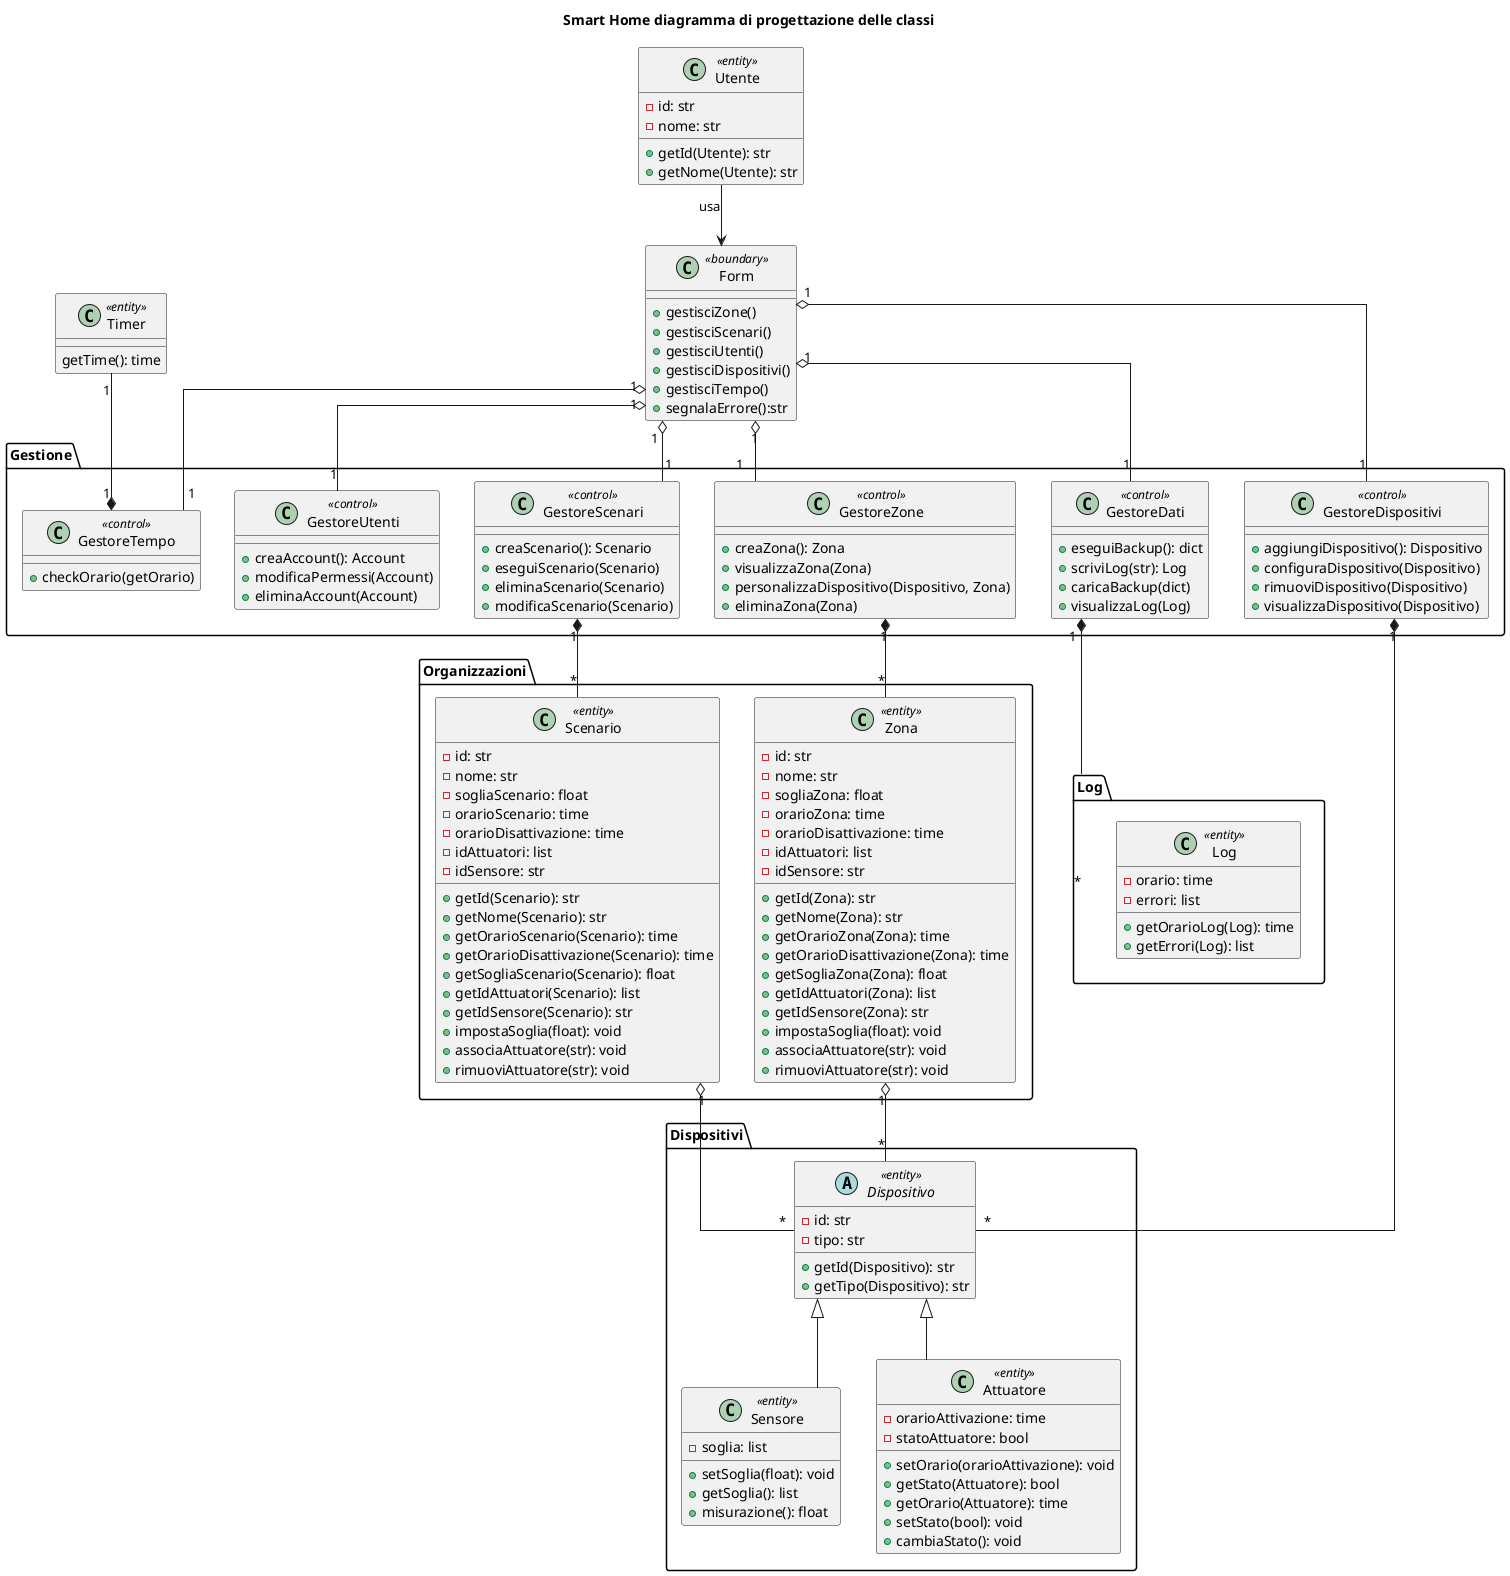
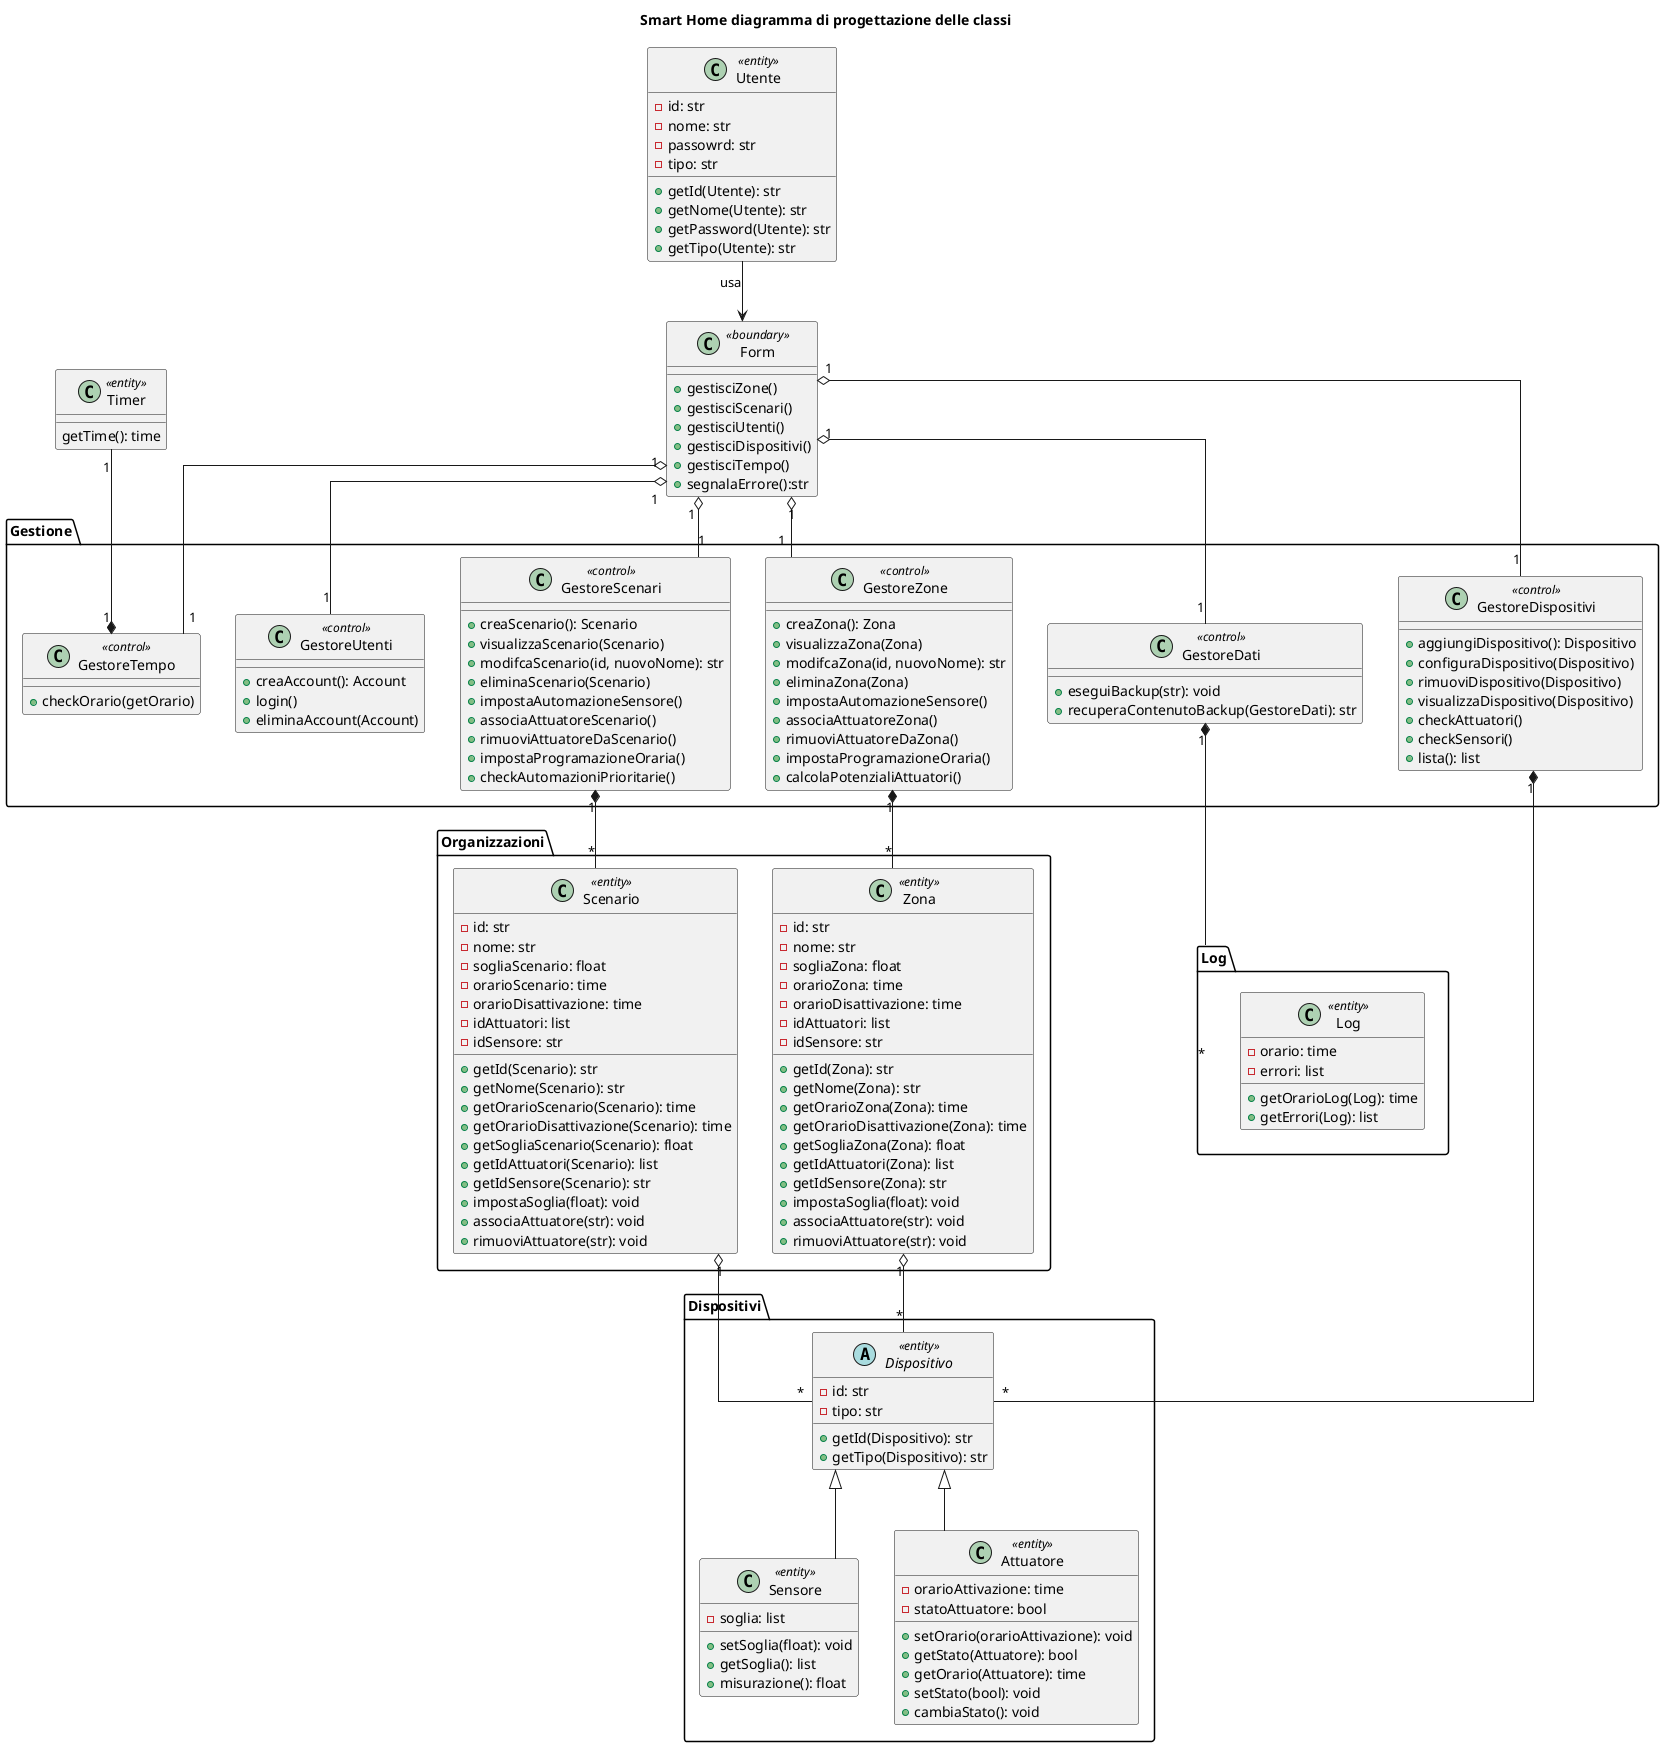
@startuml digrammacprogettazione
title Smart Home diagramma di progettazione delle classi
skinparam linetype ortho

package "Organizzazioni" {
    class Zona <<entity>> {
        - id: str
        - nome: str
        - sogliaZona: float
        - orarioZona: time
        - orarioDisattivazione: time
        - idAttuatori: list
        - idSensore: str
        + getId(Zona): str
        + getNome(Zona): str
        + getOrarioZona(Zona): time
        + getOrarioDisattivazione(Zona): time
        + getSogliaZona(Zona): float
        + getIdAttuatori(Zona): list
        + getIdSensore(Zona): str
        + impostaSoglia(float): void
        + associaAttuatore(str): void
        + rimuoviAttuatore(str): void
    }
    class Scenario <<entity>> {
        - id: str
        - nome: str
        - sogliaScenario: float
        - orarioScenario: time
        - orarioDisattivazione: time
        - idAttuatori: list
        - idSensore: str
        + getId(Scenario): str
        + getNome(Scenario): str
        + getOrarioScenario(Scenario): time
        + getOrarioDisattivazione(Scenario): time
        + getSogliaScenario(Scenario): float
        + getIdAttuatori(Scenario): list
        + getIdSensore(Scenario): str
        + impostaSoglia(float): void
        + associaAttuatore(str): void
        + rimuoviAttuatore(str): void
    }
}

package "Log"{

    class Log <<entity>> {
        - orario: time
        - errori: list

        +getOrarioLog(Log): time
        + getErrori(Log): list
    }
}

package "Dispositivi" {
    abstract class Dispositivo <<entity>> {
        - id: str
        -tipo: str
        + getId(Dispositivo): str
        + getTipo(Dispositivo): str
    }
    class Sensore <<entity>> extends Dispositivo {
        - soglia: list
        + setSoglia(float): void
        + getSoglia(): list
        + misurazione(): float
    }
    class Attuatore <<entity>> extends Dispositivo {
        - orarioAttivazione: time
        - statoAttuatore: bool
        + setOrario(orarioAttivazione): void
        + getStato(Attuatore): bool
        + getOrario(Attuatore): time
        + setStato(bool): void
        +cambiaStato(): void
    }

}

package "Gestione" {
    class GestoreZone <<control>> {
        + creaZona(): Zona
        + visualizzaZona(Zona)
-         + personalizzaDispositivo(Dispositivo, Zona)
+         + modifcaZona(id, nuovoNome): str
        + eliminaZona(Zona)
+         + impostaAutomazioneSensore()
+         + associaAttuatoreZona()
+         + rimuoviAttuatoreDaZona()
+         + impostaProgramazioneOraria()
+         + calcolaPotenzialiAttuatori()
    }
    class GestoreScenari <<control>>  {
        + creaScenario(): Scenario
-         + eseguiScenario(Scenario)
+         + visualizzaScenario(Scenario)
+         + modifcaScenario(id, nuovoNome): str
        + eliminaScenario(Scenario)
-         + modificaScenario(Scenario)
+         + impostaAutomazioneSensore()
+         + associaAttuatoreScenario()
+         + rimuoviAttuatoreDaScenario()
+         + impostaProgramazioneOraria()
+         + checkAutomazioniPrioritarie()
    }
    class GestoreDati <<control>>  {
-         + eseguiBackup(): dict
-         + scriviLog(str): Log
-         + caricaBackup(dict)
-         + visualizzaLog(Log)
+         + eseguiBackup(str): void
+         + recuperaContenutoBackup(GestoreDati): str
    }
    class GestoreUtenti <<control>> {
        + creaAccount(): Account
-         + modificaPermessi(Account)
+         + login()
        + eliminaAccount(Account)
    }
    class GestoreDispositivi <<control>>  {
        + aggiungiDispositivo(): Dispositivo
        + configuraDispositivo(Dispositivo)
        + rimuoviDispositivo(Dispositivo)
        + visualizzaDispositivo(Dispositivo)
+         + checkAttuatori()
+         + checkSensori()
+         + lista(): list
    }
    class GestoreTempo <<control>>{
        + checkOrario(getOrario)
    }
}

class Timer <<entity>>{
    getTime(): time
}

    class Utente <<entity>> {
    -id: str
    -nome: str
+     -passowrd: str
+     -tipo: str
    + getId(Utente): str
    + getNome(Utente): str
+     + getPassword(Utente): str
+     + getTipo(Utente): str
    }



class Form <<boundary>> {
    + gestisciZone()
    + gestisciScenari()
    + gestisciUtenti()
    + gestisciDispositivi()
    + gestisciTempo()
    + segnalaErrore():str
}



Utente --> Form : usa

Form "1" o-down- "1" GestoreZone
Form "1" o-down- "1" GestoreScenari
Form "1" o-down- "1" GestoreUtenti
Form "1" o-down- "1" GestoreDispositivi
Form "1" o-down- "1" GestoreDati

GestoreZone "1" *-- "*" Zona
GestoreScenari "1" *-- "*" Scenario
GestoreDispositivi "1" *-- "*" Dispositivo
GestoreDati "1" *-- "*" Log

Zona "1" o-- "*" Dispositivo
Scenario "1" o-- "*" Dispositivo

Timer "1" --* "1" GestoreTempo
Form "1" o-- "1" GestoreTempo


@enduml